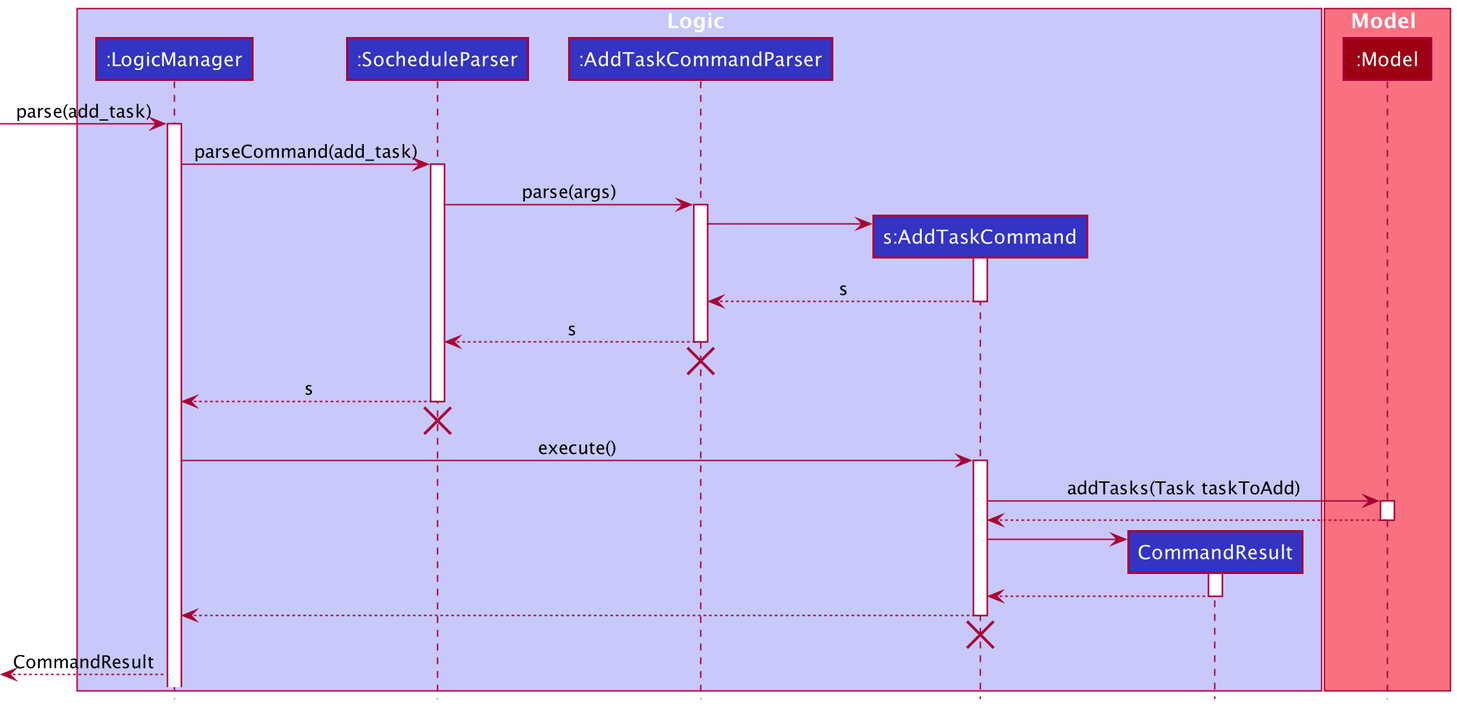
The PlantUML diagram docs/images/AddTaskCommandSequenceDiagram.png in nus-cs2103-AY2021S2/tp, before a commit.
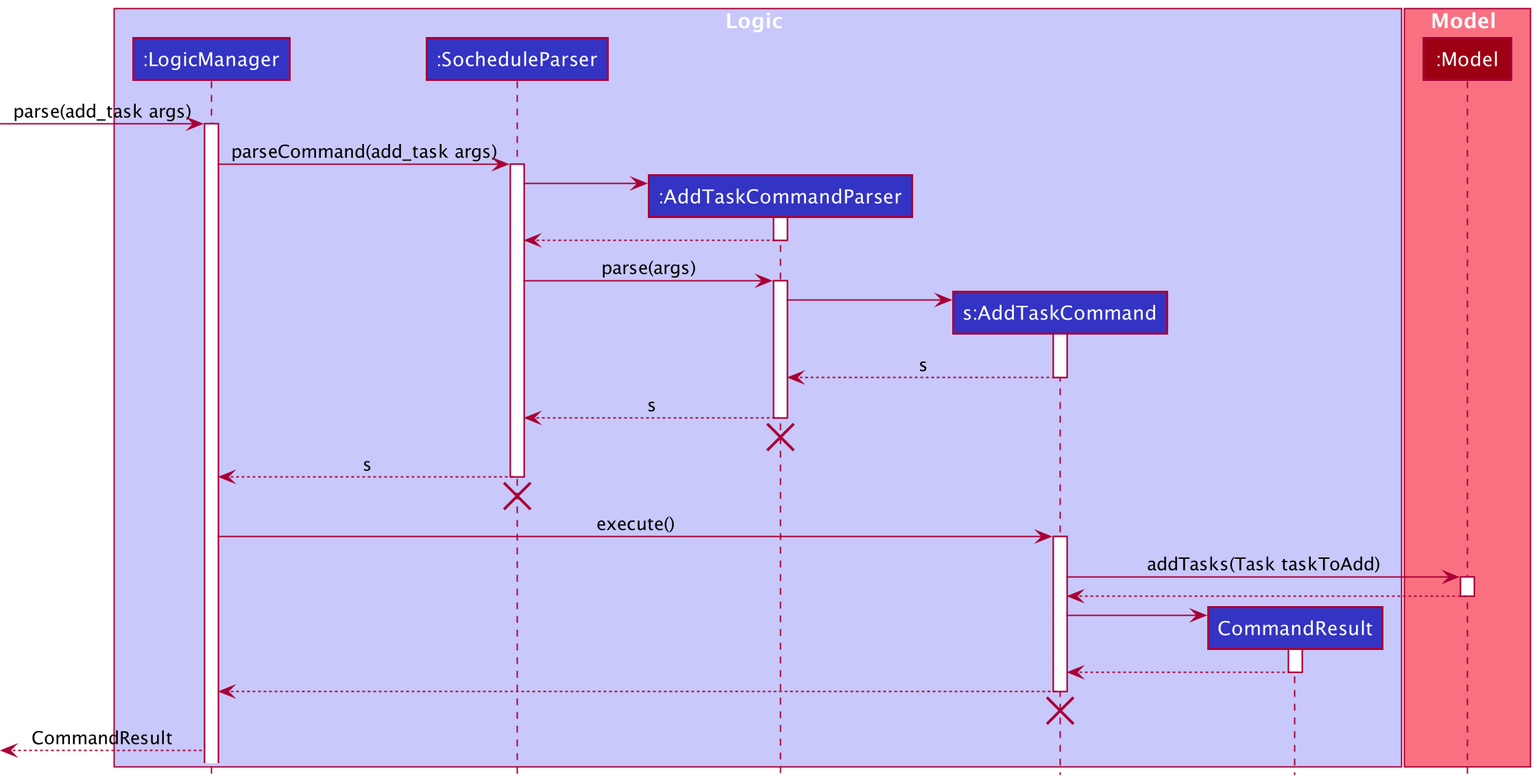
The same file after the commit.

Diff of the diagram source:
```diff
@@ -13,11 +13,19 @@
 participant ":Model" as Model MODEL_COLOR
 end box
 
-[-> LogicManager : parse(add_task)
+[-> LogicManager : parse(add_task args)
 activate LogicManager
 
-LogicManager -> SocheduleParser : parseCommand(add_task)
+LogicManager -> SocheduleParser : parseCommand(add_task args)
 activate SocheduleParser
+
+
+create AddTaskCommandParser
+SocheduleParser -> AddTaskCommandParser
+activate AddTaskCommandParser
+
+AddTaskCommandParser --> SocheduleParser
+deactivate AddTaskCommandParser
 
 SocheduleParser -> AddTaskCommandParser: parse(args)
 activate AddTaskCommandParser
```
